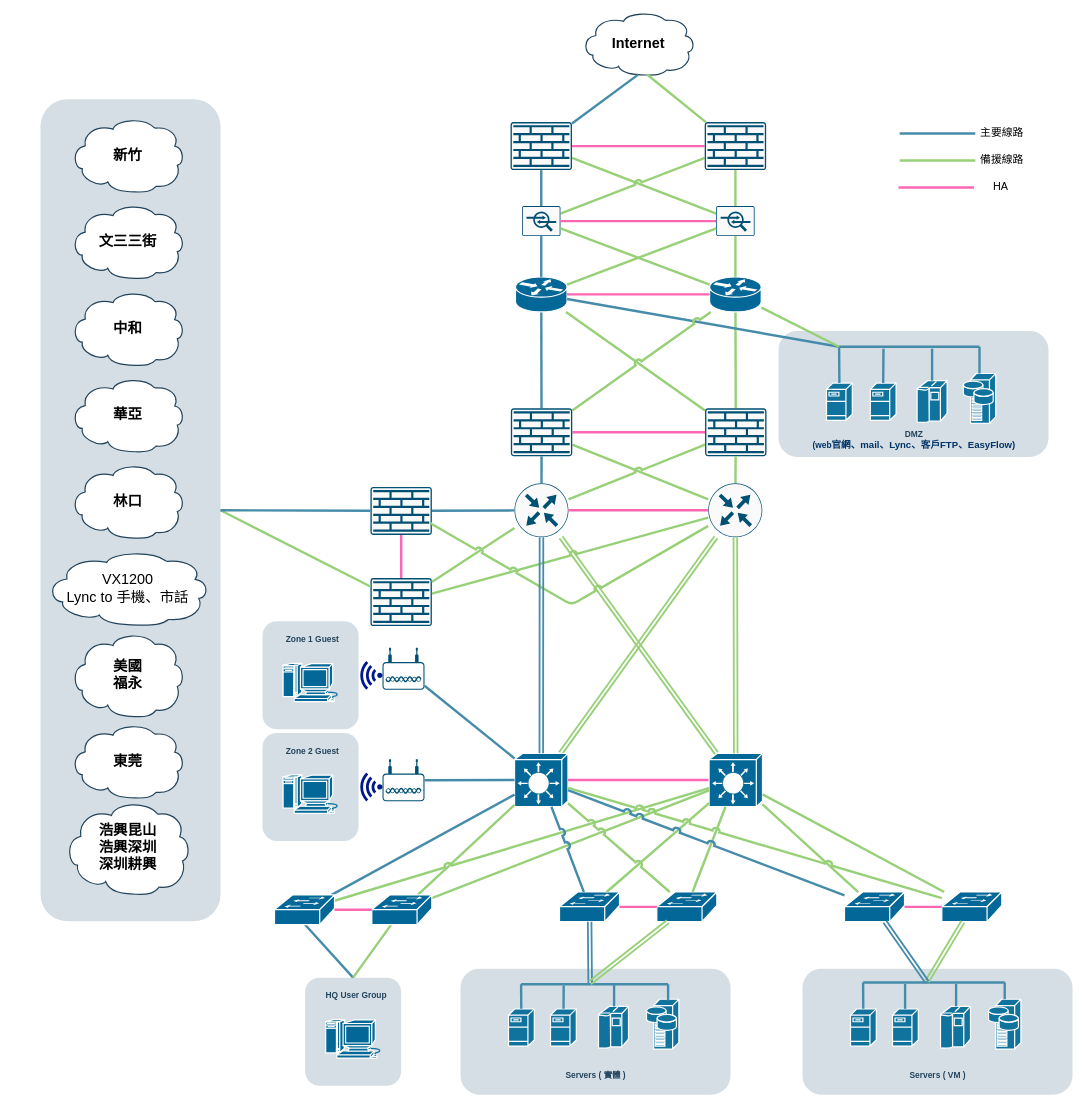
Earlier version of the draw.io diagram DMZ-HQ.drawio (KevinKuo2519/AI-Prpgram). Source tidied: cells renumbered, new cells numbered last; positions are measured from the earlier drawing's top-left corner, leaving out a move shared by most shapes. Both pictures are drawn from the tidied source at 60%, with x=0, y=0 at pixel (10, 11).
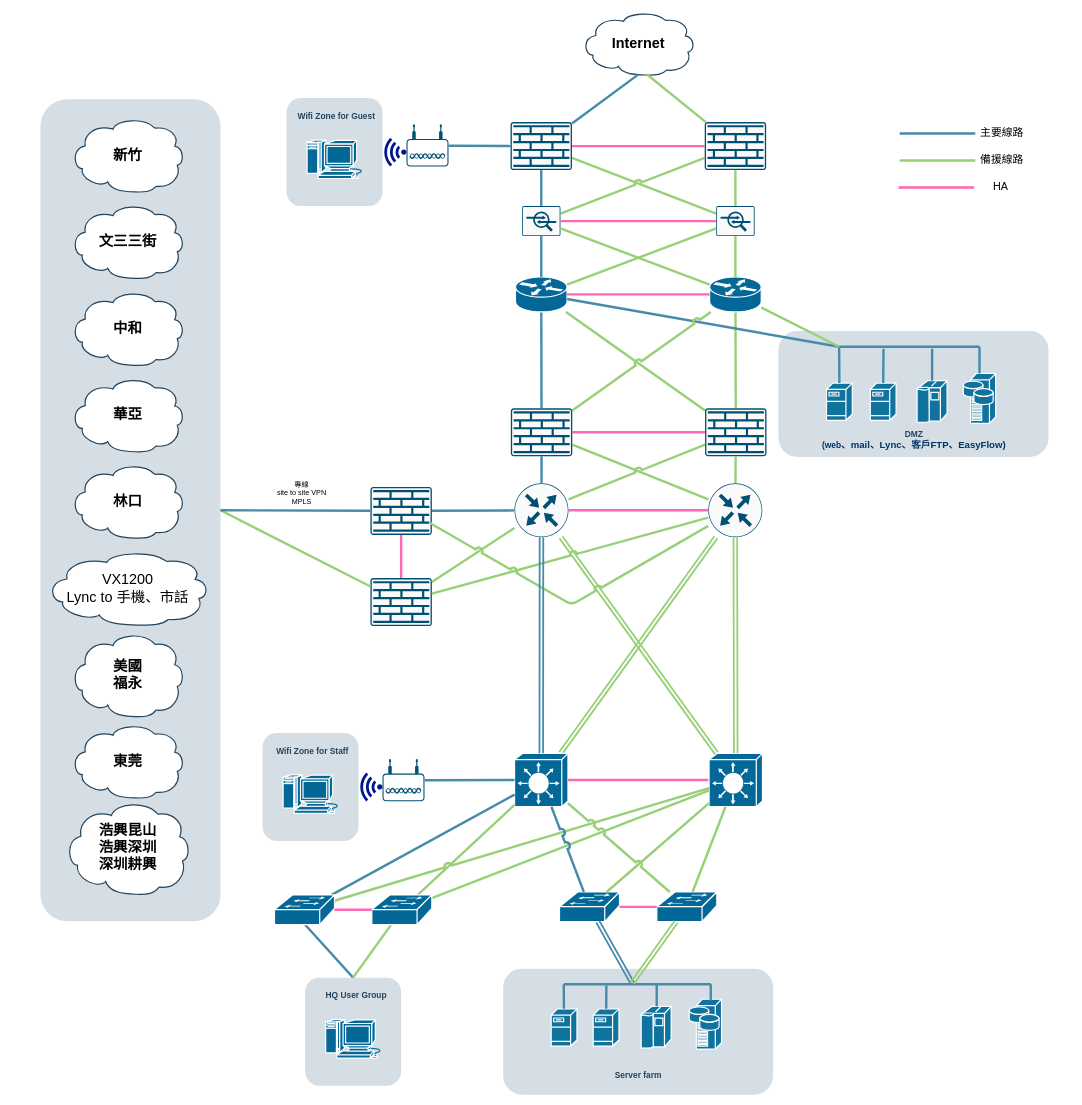
The same page after the edit.

Unchanged cells that the change refers to:
```xml
<mxCell id="4" style="group;" parent="1" vertex="1">
  <mxGeometry x="1280" y="533" width="450" height="210" as="geometry" />
</mxCell>
<mxCell id="64" style="shape=mxgraph.cisco.switches.layer_3_switch;sketch=0;html=1;dashed=0;fillColor=#036897;strokeColor=#ffffff;strokeWidth=2;verticalLabelPosition=bottom;verticalAlign=top;align=center;outlineConnect=0;points=[[0,0.5,0,0,0],[0,1,0,0,0],[0.08,0.05,0,0,0],[0.5,0,0,0,0],[0.5,1,0,0,0],[0.76,0,0,0,0],[0.95,0.94,0,0,0],[1,0,0,0,0],[1,0.5,0,0,0]];" parent="1" vertex="1">
  <mxGeometry x="840.1" y="1237" width="89" height="89" as="geometry" />
</mxCell>
<mxCell id="85" style="shape=mxgraph.cisco.switches.layer_3_switch;sketch=0;html=1;dashed=0;fillColor=#036897;strokeColor=#ffffff;strokeWidth=2;verticalLabelPosition=bottom;verticalAlign=top;align=center;outlineConnect=0;points=[[0,0.5,0,0,0],[0,1,0,0,0],[0.08,0.05,0,0,0],[0.5,0,0,0,0],[0.5,1,0,0,0],[0.76,0,0,0,0],[0.95,0.94,0,0,0],[1,0,0,0,0],[1,0.5,0,0,0]];" parent="1" vertex="1">
  <mxGeometry x="1164.3" y="1237" width="89" height="89" as="geometry" />
</mxCell>
<mxCell id="86" style="sketch=0;points=[[0.015,0.015,0],[0.985,0.015,0],[0.985,0.985,0],[0.015,0.985,0],[0.25,0,0],[0.5,0,0],[0.75,0,0],[1,0.25,0],[1,0.5,0],[1,0.75,0],[0.75,1,0],[0.5,1,0],[0.25,1,0],[0,0.75,0],[0,0.5,0],[0,0.25,0]];verticalLabelPosition=bottom;html=1;verticalAlign=top;align=center;shape=mxgraph.cisco19.rect;prIcon=firewall;fillColor=#FAFAFA;strokeColor=#005073;" parent="1" vertex="1">
  <mxGeometry x="833.4" y="185" width="102.4" height="80" as="geometry" />
</mxCell>
<mxCell id="148" style="group;" parent="1" vertex="1">
  <mxGeometry x="420" y="1203" width="160" height="180" as="geometry" />
</mxCell>
```

The edit, as a diff of the source:
```diff
@@
-    <mxCell id="15" value="&lt;font color=&quot;#23445d&quot;&gt;DMZ&lt;/font&gt;&lt;br&gt;&lt;font color=&quot;#003366&quot;&gt;(web&lt;span style=&quot;font-size:12.0pt;font-family:&amp;quot;新細明體&amp;quot;,serif;mso-bidi-font-family:Calibri;&lt;br/&gt;mso-ansi-language:EN-US;mso-fareast-language:ZH-TW;mso-bidi-language:AR-SA&quot;&gt;官網、&lt;/span&gt;&lt;span style=&quot;font-size:12.0pt;font-family:&amp;quot;Calibri&amp;quot;,sans-serif;mso-fareast-font-family:&lt;br/&gt;新細明體;mso-ansi-language:EN-US;mso-fareast-language:ZH-TW;mso-bidi-language:AR-SA&quot; lang=&quot;EN-US&quot;&gt;mail&lt;/span&gt;&lt;span style=&quot;font-size:12.0pt;font-family:&amp;quot;新細明體&amp;quot;,serif;mso-bidi-font-family:Calibri;&lt;br/&gt;mso-ansi-language:EN-US;mso-fareast-language:ZH-TW;mso-bidi-language:AR-SA&quot;&gt;、&lt;/span&gt;&lt;span style=&quot;font-size:12.0pt;font-family:&amp;quot;Calibri&amp;quot;,sans-serif;mso-fareast-font-family:&lt;br/&gt;新細明體;mso-ansi-language:EN-US;mso-fareast-language:ZH-TW;mso-bidi-language:AR-SA&quot; lang=&quot;EN-US&quot;&gt;Lync&lt;/span&gt;&lt;span style=&quot;font-size:12.0pt;font-family:&amp;quot;新細明體&amp;quot;,serif;mso-bidi-font-family:Calibri;&lt;br/&gt;mso-ansi-language:EN-US;mso-fareast-language:ZH-TW;mso-bidi-language:AR-SA&quot;&gt;、客戶&lt;/span&gt;&lt;span style=&quot;font-size:12.0pt;font-family:&amp;quot;Calibri&amp;quot;,sans-serif;mso-fareast-font-family:&lt;br/&gt;新細明體;mso-ansi-language:EN-US;mso-fareast-language:ZH-TW;mso-bidi-language:AR-SA&quot; lang=&quot;EN-US&quot;&gt;FTP、EasyFlow)&lt;/span&gt;&lt;/font&gt;&lt;font color=&quot;#23445d&quot;&gt;&lt;br&gt;&lt;/font&gt;" style="rounded=1;whiteSpace=wrap;html=1;strokeColor=none;fillColor=none;fontSize=14;fontColor=#742B21;align=center;fontStyle=1;" parent="4" vertex="1">
+    <mxCell id="15" value="&lt;font color=&quot;#23445d&quot;&gt;DMZ&lt;/font&gt;&lt;br&gt;&lt;font color=&quot;#003366&quot;&gt;(web&lt;span style=&quot;font-size:12.0pt;font-family:&amp;quot;新細明體&amp;quot;,serif;mso-bidi-font-family:Calibri;&lt;br/&gt;mso-ansi-language:EN-US;mso-fareast-language:ZH-TW;mso-bidi-language:AR-SA&quot;&gt;、&lt;/span&gt;&lt;span style=&quot;font-size:12.0pt;font-family:&amp;quot;Calibri&amp;quot;,sans-serif;mso-fareast-font-family:&lt;br/&gt;新細明體;mso-ansi-language:EN-US;mso-fareast-language:ZH-TW;mso-bidi-language:AR-SA&quot; lang=&quot;EN-US&quot;&gt;mail&lt;/span&gt;&lt;span style=&quot;font-size:12.0pt;font-family:&amp;quot;新細明體&amp;quot;,serif;mso-bidi-font-family:Calibri;&lt;br/&gt;mso-ansi-language:EN-US;mso-fareast-language:ZH-TW;mso-bidi-language:AR-SA&quot;&gt;、&lt;/span&gt;&lt;span style=&quot;font-size:12.0pt;font-family:&amp;quot;Calibri&amp;quot;,sans-serif;mso-fareast-font-family:&lt;br/&gt;新細明體;mso-ansi-language:EN-US;mso-fareast-language:ZH-TW;mso-bidi-language:AR-SA&quot; lang=&quot;EN-US&quot;&gt;Lync&lt;/span&gt;&lt;span style=&quot;font-size:12.0pt;font-family:&amp;quot;新細明體&amp;quot;,serif;mso-bidi-font-family:Calibri;&lt;br/&gt;mso-ansi-language:EN-US;mso-fareast-language:ZH-TW;mso-bidi-language:AR-SA&quot;&gt;、客戶&lt;/span&gt;&lt;span style=&quot;font-size:12.0pt;font-family:&amp;quot;Calibri&amp;quot;,sans-serif;mso-fareast-font-family:&lt;br/&gt;新細明體;mso-ansi-language:EN-US;mso-fareast-language:ZH-TW;mso-bidi-language:AR-SA&quot; lang=&quot;EN-US&quot;&gt;FTP、EasyFlow)&lt;/span&gt;&lt;/font&gt;&lt;font color=&quot;#23445d&quot;&gt;&lt;br&gt;&lt;/font&gt;" style="rounded=1;whiteSpace=wrap;html=1;strokeColor=none;fillColor=none;fontSize=14;fontColor=#742B21;align=center;fontStyle=1;" parent="4" vertex="1">
       <mxGeometry x="41" y="171" width="370" height="19" as="geometry" />
     </mxCell>
     <mxCell id="16" style="group;" parent="1" vertex="1">
-      <mxGeometry x="750" y="1595.9" width="450" height="210" as="geometry" />
+      <mxGeometry x="821.1" y="1595.9" width="450" height="210" as="geometry" />
     </mxCell>
@@
-    <mxCell id="27" value="&lt;font color=&quot;#23445d&quot;&gt;Servers ( 實體 )&lt;/font&gt;" style="rounded=1;whiteSpace=wrap;html=1;strokeColor=none;fillColor=none;fontSize=14;fontColor=#742B21;align=center;fontStyle=1;" parent="16" vertex="1">
+    <mxCell id="27" value="&lt;font color=&quot;#23445d&quot;&gt;Server farm&lt;/font&gt;" style="rounded=1;whiteSpace=wrap;html=1;strokeColor=none;fillColor=none;fontSize=14;fontColor=#742B21;align=center;fontStyle=1;" parent="16" vertex="1">
       <mxGeometry x="153.5" y="168" width="143" height="19" as="geometry" />
     </mxCell>
@@
-    <mxCell id="29" style="group;" parent="1" vertex="1">
-      <mxGeometry x="1320" y="1595.9" width="450" height="210" as="geometry" />
-    </mxCell>
-    <mxCell id="30" style="rounded=1;whiteSpace=wrap;html=1;strokeColor=none;fillColor=#BAC8D3;fontSize=24;fontColor=#23445D;align=center;opacity=60;" parent="29" vertex="1">
-      <mxGeometry width="450" height="210" as="geometry" />
-    </mxCell>
-    <mxCell id="31" style="shape=mxgraph.cisco.servers.fileserver;html=1;dashed=0;fillColor=#10739E;strokeColor=#ffffff;strokeWidth=2;verticalLabelPosition=bottom;verticalAlign=top;fontFamily=Helvetica;fontSize=36;fontColor=#FFB366;" parent="29" vertex="1">
-      <mxGeometry x="80" y="67" width="43" height="62" as="geometry" />
-    </mxCell>
-    <mxCell id="32" style="shape=mxgraph.cisco.servers.fileserver;html=1;dashed=0;fillColor=#10739E;strokeColor=#ffffff;strokeWidth=2;verticalLabelPosition=bottom;verticalAlign=top;fontFamily=Helvetica;fontSize=36;fontColor=#FFB366;" parent="29" vertex="1">
-      <mxGeometry x="150" y="67" width="43" height="62" as="geometry" />
-    </mxCell>
-    <mxCell id="33" style="shape=mxgraph.cisco.computers_and_peripherals.ibm_mainframe;html=1;dashed=0;fillColor=#10739E;strokeColor=#ffffff;strokeWidth=2;verticalLabelPosition=bottom;verticalAlign=top;fontFamily=Helvetica;fontSize=36;fontColor=#FFB366;" parent="29" vertex="1">
-      <mxGeometry x="230" y="63" width="50" height="70" as="geometry" />
-    </mxCell>
-    <mxCell id="34" style="shape=mxgraph.cisco.servers.storage_server;html=1;dashed=0;fillColor=#10739E;strokeColor=#ffffff;strokeWidth=2;verticalLabelPosition=bottom;verticalAlign=top;fontFamily=Helvetica;fontSize=36;fontColor=#FFB366;" parent="29" vertex="1">
-      <mxGeometry x="310" y="51" width="54" height="83" as="geometry" />
-    </mxCell>
-    <mxCell id="35" style="line;html=1;strokeColor=#468CAA;" parent="29" vertex="1">
-      <mxGeometry x="101" y="18" width="236" height="10" as="geometry" />
-    </mxCell>
-    <mxCell id="36" style="elbow=horizontal;endArrow=none;html=1;strokeColor=#468CAA;endFill=0;strokeWidth=4;rounded=1;entryX=0;entryY=0.5;entryDx=0;entryDy=0;entryPerimeter=0;" parent="29" edge="1" source="31" target="35">
-      <mxGeometry relative="1" as="geometry" />
-    </mxCell>
-    <mxCell id="37" style="edgeStyle=elbowEdgeStyle;elbow=horizontal;endArrow=none;html=1;strokeColor=#468CAA;endFill=0;strokeWidth=4;rounded=1;entryX=0.296;entryY=0.763;entryDx=0;entryDy=0;entryPerimeter=0;" parent="29" edge="1" source="32" target="35">
-      <mxGeometry relative="1" as="geometry" />
-    </mxCell>
-    <mxCell id="38" style="edgeStyle=elbowEdgeStyle;elbow=horizontal;endArrow=none;html=1;strokeColor=#468CAA;endFill=0;strokeWidth=4;rounded=1;entryX=0.655;entryY=0.763;entryDx=0;entryDy=0;entryPerimeter=0;" parent="29" edge="1" source="33" target="35">
-      <mxGeometry relative="1" as="geometry" />
-    </mxCell>
-    <mxCell id="39" style="elbow=horizontal;endArrow=none;html=1;strokeColor=#468CAA;endFill=0;strokeWidth=4;rounded=1;entryX=1;entryY=0.5;entryDx=0;entryDy=0;entryPerimeter=0;" parent="29" edge="1" source="34" target="35">
-      <mxGeometry relative="1" as="geometry" />
-    </mxCell>
-    <mxCell id="40" value="&lt;font color=&quot;#23445d&quot;&gt;Servers ( VM )&lt;/font&gt;" style="rounded=1;whiteSpace=wrap;html=1;strokeColor=none;fillColor=none;fontSize=14;fontColor=#742B21;align=center;fontStyle=1;" parent="29" vertex="1">
-      <mxGeometry x="153.5" y="168" width="143" height="19" as="geometry" />
-    </mxCell>
@@
-    <mxCell id="102" style="group;" parent="1" vertex="1">
-      <mxGeometry x="1390" y="1468.2" width="262.2" height="49.5" as="geometry" />
-    </mxCell>
-    <mxCell id="103" value="&lt;p style=&quot;margin-top: 0pt; margin-bottom: 0pt; margin-left: 0in; direction: ltr; unicode-bidi: embed; word-break: normal; font-size: 24px;&quot;&gt;&lt;br&gt;&lt;/p&gt;" style="text;html=1;align=center;verticalAlign=middle;strokeColor=none;fillColor=none;" parent="102" vertex="1">
-      <mxGeometry x="89.9" width="20" height="40" as="geometry" />
-    </mxCell>
-    <mxCell id="104" style="shape=mxgraph.cisco.switches.workgroup_switch;sketch=0;html=1;dashed=0;fillColor=#036897;strokeColor=#ffffff;strokeWidth=2;verticalLabelPosition=bottom;verticalAlign=top;align=center;outlineConnect=0;" parent="102" vertex="1">
-      <mxGeometry x="162.2" width="100" height="49.5" as="geometry" />
-    </mxCell>
-    <mxCell id="105" style="shape=mxgraph.cisco.switches.workgroup_switch;sketch=0;html=1;dashed=0;fillColor=#036897;strokeColor=#ffffff;strokeWidth=2;verticalLabelPosition=bottom;verticalAlign=top;align=center;outlineConnect=0;" parent="102" vertex="1">
-      <mxGeometry width="100" height="49.5" as="geometry" />
-    </mxCell>
-    <mxCell id="106" style="rounded=1;jettySize=auto;html=1;strokeColor=#FF66B3;strokeWidth=4;endArrow=none;endFill=0;elbow=vertical;jumpStyle=arc;" parent="102" edge="1" source="104" target="105">
-      <mxGeometry relative="1" as="geometry" />
-    </mxCell>
@@
-    <mxCell id="119" style="rounded=1;jettySize=auto;html=1;endArrow=none;endFill=0;strokeWidth=4;strokeColor=#97D077;jumpStyle=arc;" parent="1" edge="1" source="85" target="105">
-      <mxGeometry relative="1" as="geometry" />
-    </mxCell>
-    <mxCell id="120" style="rounded=1;jettySize=auto;html=1;endArrow=none;endFill=0;strokeWidth=4;strokeColor=#97D077;jumpStyle=arc;" parent="1" edge="1" source="85" target="104">
-      <mxGeometry relative="1" as="geometry" />
-    </mxCell>
@@
-    <mxCell id="122" style="rounded=1;jettySize=auto;html=1;strokeColor=#468CAA;strokeWidth=4;endArrow=none;endFill=0;elbow=vertical;jumpStyle=arc;" parent="1" edge="1" source="105" target="64">
-      <mxGeometry relative="1" as="geometry" />
-    </mxCell>
@@
-    <mxCell id="124" style="rounded=1;jettySize=auto;html=1;endArrow=none;endFill=0;strokeWidth=4;strokeColor=#97D077;jumpStyle=arc;" parent="1" edge="1" source="64" target="104">
-      <mxGeometry relative="1" as="geometry" />
-    </mxCell>
@@
-    <mxCell id="137" style="shape=link;html=1;rounded=0;exitX=0.452;exitY=0.32;exitDx=0;exitDy=0;exitPerimeter=0;strokeColor=#97D077;strokeWidth=3;" parent="1" edge="1" source="35" target="104">
-      <mxGeometry relative="1" as="geometry" />
-    </mxCell>
-    <mxCell id="138" style="shape=link;html=1;rounded=0;exitX=0.452;exitY=0.455;exitDx=0;exitDy=0;exitPerimeter=0;strokeColor=#468CAA;strokeWidth=3;" parent="1" edge="1" source="35" target="105">
-      <mxGeometry relative="1" as="geometry" />
-    </mxCell>
     <mxCell id="139" style="points=[[0.03,0.36,0],[0.18,0,0],[0.5,0.34,0],[0.82,0,0],[0.97,0.36,0],[1,0.67,0],[0.975,0.975,0],[0.5,1,0],[0.025,0.975,0],[0,0.67,0]];verticalLabelPosition=bottom;sketch=0;html=1;verticalAlign=top;align=center;shape=mxgraph.cisco19.wireless_access_point;fillColor=#005073;strokeColor=none;" parent="1" vertex="1">
-      <mxGeometry x="620" y="1061.2" width="70" height="70" as="geometry" />
+      <mxGeometry x="660" y="189.2" width="70" height="70" as="geometry" />
     </mxCell>
-    <mxCell id="140" style="rounded=1;jettySize=auto;html=1;endArrow=none;endFill=0;strokeWidth=4;strokeColor=#468CAA;" parent="1" edge="1" source="139" target="64">
+    <mxCell id="140" style="rounded=1;jettySize=auto;html=1;endArrow=none;endFill=0;strokeWidth=4;strokeColor=#468CAA;" parent="1" edge="1" source="139" target="86">
       <mxGeometry relative="1" as="geometry" />
     </mxCell>
     <mxCell id="141" style="sketch=0;shadow=0;dashed=0;html=1;strokeColor=none;labelPosition=center;verticalLabelPosition=bottom;verticalAlign=top;align=center;fillColor=#00188D;shape=mxgraph.mscae.enterprise.wireless_connection;direction=west;" parent="1" vertex="1">
-      <mxGeometry x="579.7" y="1083.2" width="40.3" height="48" as="geometry" />
+      <mxGeometry x="619.7" y="211.2" width="40.3" height="48" as="geometry" />
     </mxCell>
     <mxCell id="142" style="group;" parent="1" vertex="1">
-      <mxGeometry x="420" y="1017" width="160" height="180" as="geometry" />
+      <mxGeometry x="460" y="145" width="160" height="180" as="geometry" />
     </mxCell>
@@
-    <mxCell id="144" value="&lt;font color=&quot;#23445d&quot;&gt;Zone 1 Guest&lt;/font&gt;" style="rounded=1;whiteSpace=wrap;html=1;strokeColor=none;fillColor=none;fontSize=14;fontColor=#742B21;align=center;fontStyle=1;" parent="142" vertex="1">
+    <mxCell id="144" value="&lt;font color=&quot;#23445d&quot;&gt;Wifi Zone for Guest&lt;/font&gt;" style="rounded=1;whiteSpace=wrap;html=1;strokeColor=none;fillColor=none;fontSize=14;fontColor=#742B21;align=center;fontStyle=1;" parent="142" vertex="1">
       <mxGeometry x="11.8" y="20" width="143" height="19" as="geometry" />
     </mxCell>
@@
-    <mxCell id="150" value="&lt;font color=&quot;#23445d&quot;&gt;Zone 2 Guest&lt;/font&gt;" style="rounded=1;whiteSpace=wrap;html=1;strokeColor=none;fillColor=none;fontSize=14;fontColor=#742B21;align=center;fontStyle=1;" parent="148" vertex="1">
+    <mxCell id="150" value="&lt;font color=&quot;#23445d&quot;&gt;Wifi Zone for Staff&lt;/font&gt;" style="rounded=1;whiteSpace=wrap;html=1;strokeColor=none;fillColor=none;fontSize=14;fontColor=#742B21;align=center;fontStyle=1;" parent="148" vertex="1">
       <mxGeometry x="11.8" y="20" width="143" height="19" as="geometry" />
     </mxCell>
@@
+    <mxCell id="162" value="專線&lt;br&gt;site to site VPN&lt;br&gt;MPLS" style="text;html=1;align=center;verticalAlign=middle;strokeColor=none;fillColor=none;" parent="1" vertex="1">
+      <mxGeometry x="430" y="773" width="110" height="60" as="geometry" />
+    </mxCell>
```
